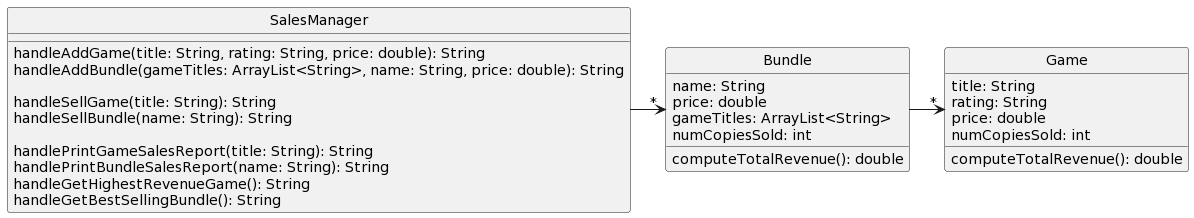
The PlantUML diagram Homework/DesignProblems/DP2/DP2_B.png in RHIT-CSSE/csse220, before a commit.
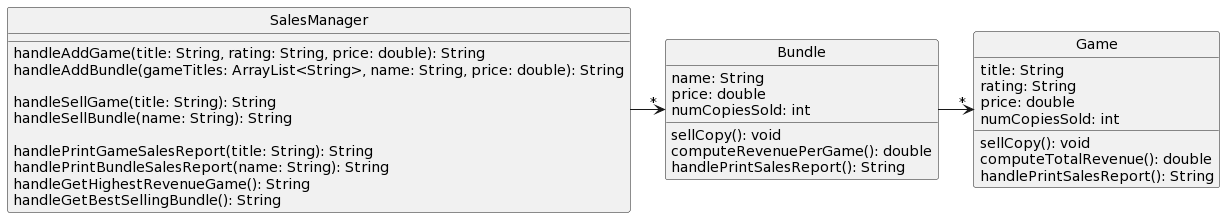
Above is the later version.

The edit, as a diff of the source:
```diff
@@ -23,16 +23,19 @@
 price: double
 numCopiesSold: int
 
+sellCopy(): void
 computeTotalRevenue(): double
+handlePrintSalesReport(): String
 }
 
 class Bundle {
 name: String
 price: double
-gameTitles: ArrayList<String>
 numCopiesSold: int
 
-computeTotalRevenue(): double
+sellCopy(): void
+computeRevenuePerGame(): double
+handlePrintSalesReport(): String
 }
 
 SalesManager ->"*" Bundle
```
